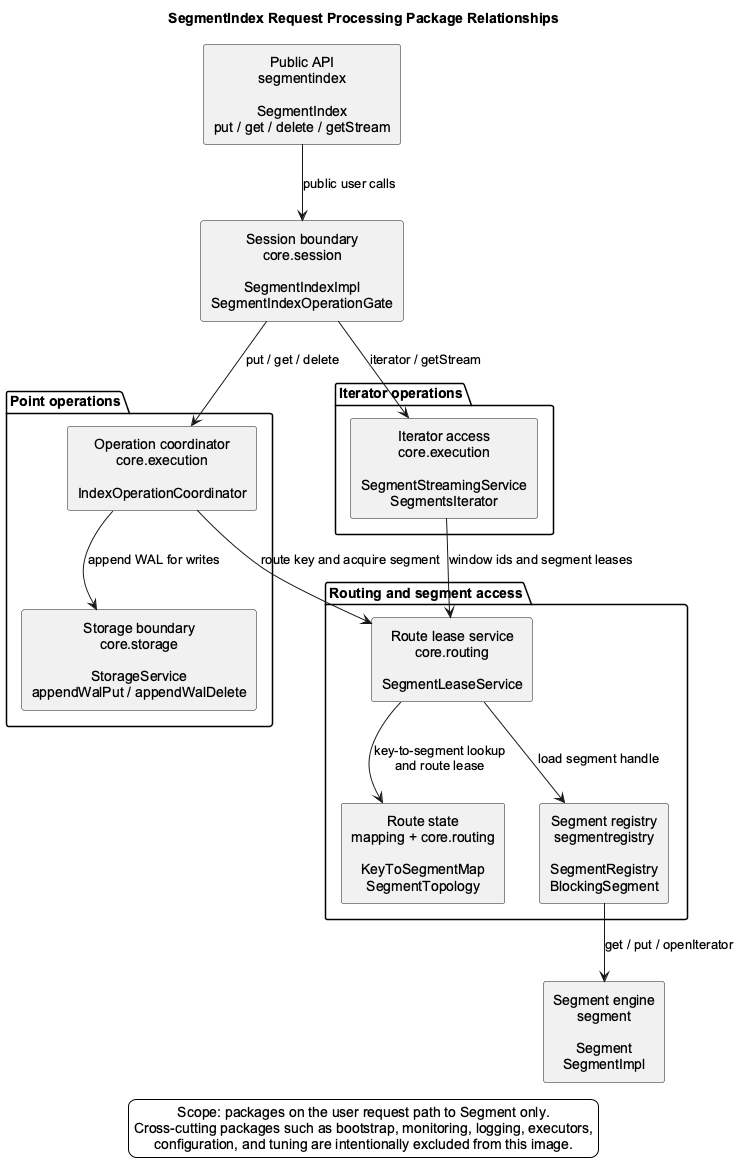
Earlier version of the PlantUML export docs/development/images/configuration-flow.png (jajir/HestiaStore).
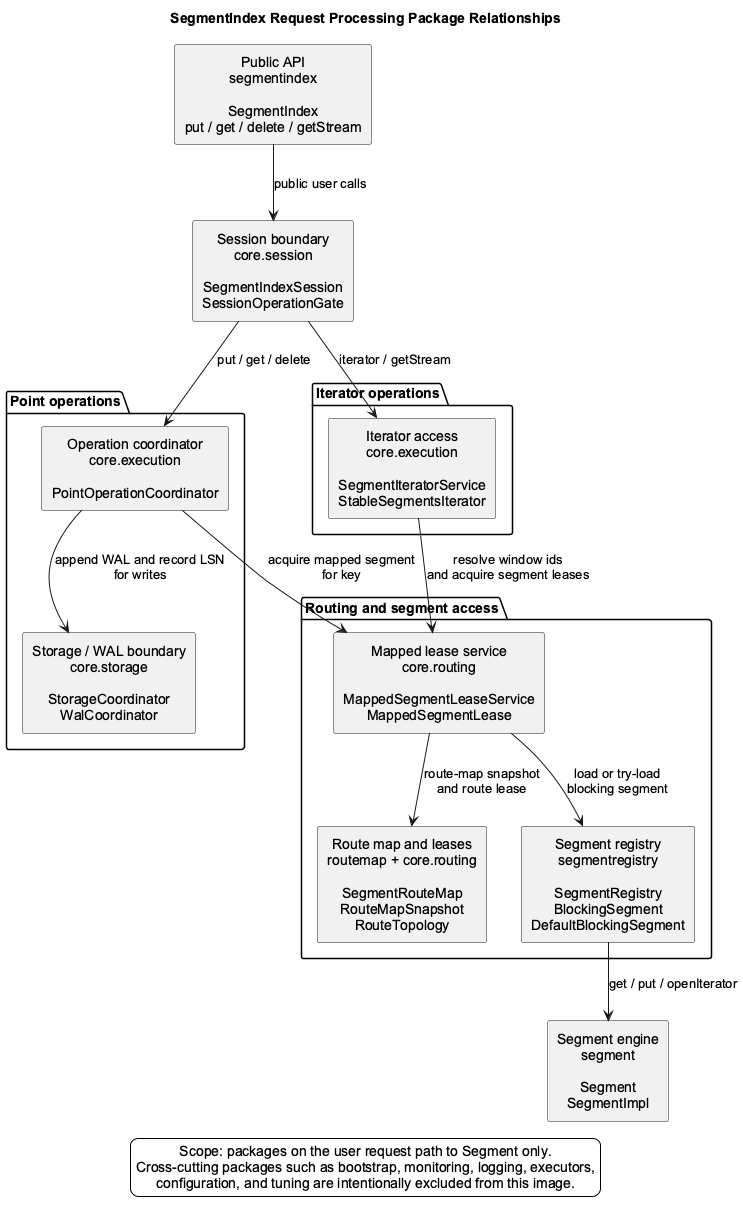
Above is the later version.

Commit message:
Restore runtime-state segment reload

Diff of the diagram source:
```diff
@@ -10,21 +10,21 @@
 
 component "Public API\nsegmentindex\n\nSegmentIndex\nput / get / delete / getStream" as Api
 
-component "Session boundary\ncore.session\n\nSegmentIndexImpl\nSegmentIndexOperationGate" as Session
+component "Session boundary\ncore.session\n\nSegmentIndexSession\nSessionOperationGate" as Session
 
 package "Point operations" {
-  component "Operation coordinator\ncore.execution\n\nIndexOperationCoordinator" as Operations
-  component "Storage boundary\ncore.storage\n\nStorageService\nappendWalPut / appendWalDelete" as Storage
+  component "Operation coordinator\ncore.execution\n\nPointOperationCoordinator" as Operations
+  component "Storage / WAL boundary\ncore.storage\n\nStorageCoordinator\nWalCoordinator" as Storage
 }
 
 package "Iterator operations" {
-  component "Iterator access\ncore.execution\n\nSegmentStreamingService\nSegmentsIterator" as Streaming
+  component "Iterator access\ncore.execution\n\nSegmentIteratorService\nStableSegmentsIterator" as Streaming
 }
 
 package "Routing and segment access" {
-  component "Route lease service\ncore.routing\n\nSegmentLeaseService" as LeaseService
-  component "Route state\nmapping + core.routing\n\nKeyToSegmentMap\nSegmentTopology" as RouteState
-  component "Segment registry\nsegmentregistry\n\nSegmentRegistry\nBlockingSegment" as SegmentRegistry
+  component "Mapped lease service\ncore.routing\n\nMappedSegmentLeaseService\nMappedSegmentLease" as LeaseService
+  component "Route map and leases\nroutemap + core.routing\n\nSegmentRouteMap\nRouteMapSnapshot\nRouteTopology" as RouteState
+  component "Segment registry\nsegmentregistry\n\nSegmentRegistry\nBlockingSegment\nDefaultBlockingSegment" as SegmentRegistry
 }
 
 component "Segment engine\nsegment\n\nSegment\nSegmentImpl" as Segment
@@ -33,11 +33,11 @@
 Session --> Operations : put / get / delete
 Session --> Streaming : iterator / getStream
 
-Operations --> Storage : append WAL for writes
-Operations --> LeaseService : route key and acquire segment
-Streaming --> LeaseService : window ids and segment leases
-LeaseService --> RouteState : key-to-segment lookup\nand route lease
-LeaseService --> SegmentRegistry : load segment handle
+Operations --> Storage : append WAL and record LSN\nfor writes
+Operations --> LeaseService : acquire mapped segment\nfor key
+Streaming --> LeaseService : resolve window ids\nand acquire segment leases
+LeaseService --> RouteState : route-map snapshot\nand route lease
+LeaseService --> SegmentRegistry : load or try-load\nblocking segment
 
 SegmentRegistry --> Segment : get / put / openIterator
 
```
